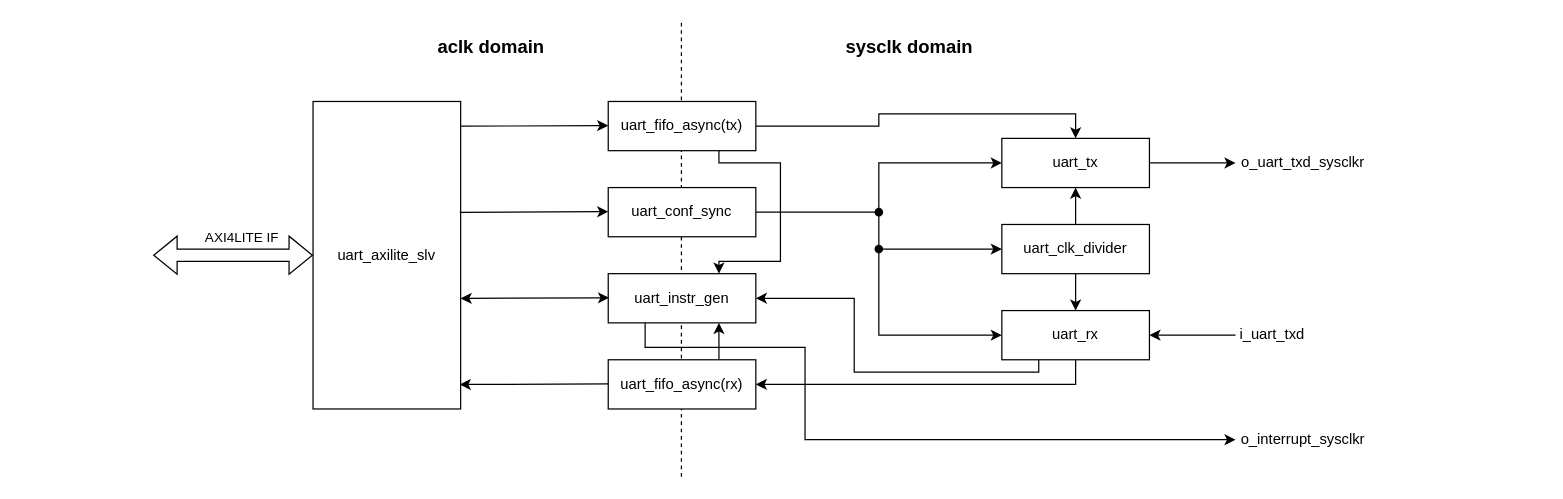
Before: peripheral/uart/doc/figure/brock.drawio in YKengo1224/rtl-ip-library, a draw.io diagram. Source tidied: cells renumbered, new cells numbered last; positions are measured from the earlier drawing's top-left corner, leaving out a move shared by most shapes. Both pictures are drawn from the tidied source at 123%, with x=0, y=0 at pixel (153, 21).
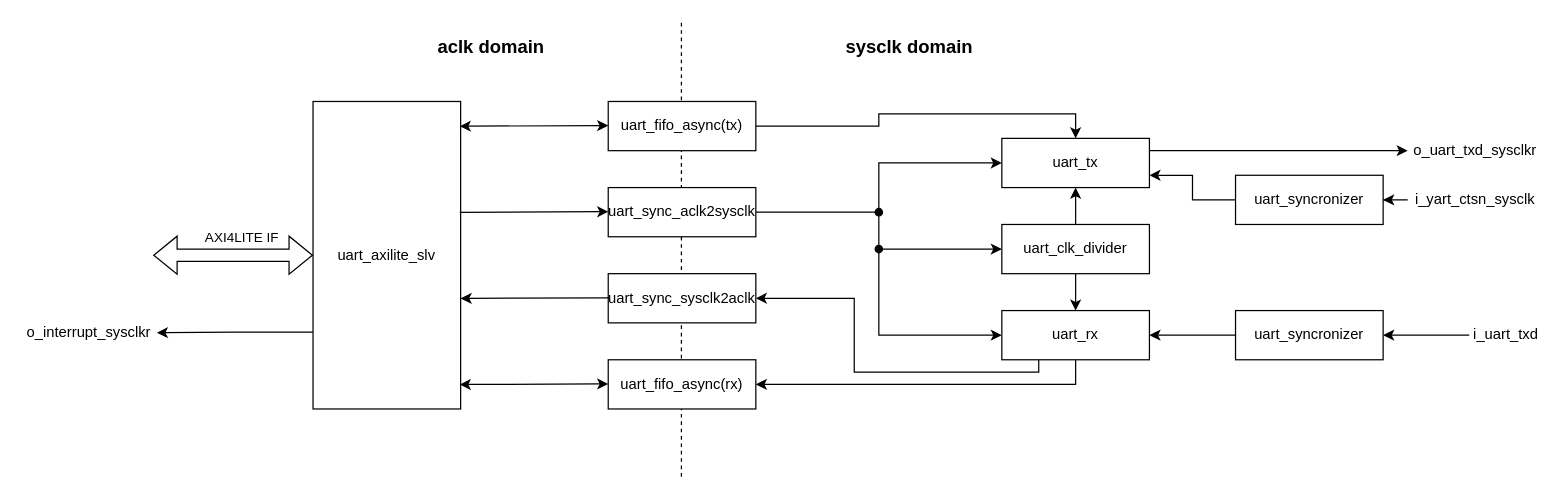
After the change.

Unchanged cells that the change refers to:
```xml
<mxCell id="4" value="uart_axilite_slv" style="rounded=0;whiteSpace=wrap;html=1;" parent="1" vertex="1">
  <mxGeometry x="130" y="65" width="120" height="250" as="geometry" />
</mxCell>
<mxCell id="11" value="uart_fifo_async(rx)" style="rounded=0;whiteSpace=wrap;html=1;" parent="1" vertex="1">
  <mxGeometry x="370" y="275" width="120" height="40" as="geometry" />
</mxCell>
<mxCell id="13" value="uart_fifo_async(tx)" style="rounded=0;whiteSpace=wrap;html=1;" parent="1" vertex="1">
  <mxGeometry x="370" y="65" width="120" height="40" as="geometry" />
</mxCell>
<mxCell id="18" value="uart_tx" style="rounded=0;whiteSpace=wrap;html=1;" parent="1" vertex="1">
  <mxGeometry x="690" y="95" width="120" height="40" as="geometry" />
</mxCell>
<mxCell id="21" value="uart_rx" style="rounded=0;whiteSpace=wrap;html=1;" parent="1" vertex="1">
  <mxGeometry x="690" y="235" width="120" height="40" as="geometry" />
</mxCell>
```

Change to the diagram source:
```diff
@@
-    <mxCell id="3" style="rounded=0;orthogonalLoop=1;jettySize=auto;html=1;exitX=0.994;exitY=0.082;exitDx=0;exitDy=0;entryX=0;entryY=0.5;entryDx=0;entryDy=0;exitPerimeter=0;" parent="1" edge="1">
+    <mxCell id="3" style="rounded=0;orthogonalLoop=1;jettySize=auto;html=1;exitX=0.994;exitY=0.082;exitDx=0;exitDy=0;entryX=0;entryY=0.5;entryDx=0;entryDy=0;exitPerimeter=0;startArrow=classic;startFill=1;" parent="1" edge="1">
       <mxGeometry relative="1" as="geometry">
         <mxPoint x="249.3" y="85.1" as="sourcePoint" />
         <mxPoint x="370" y="84.6" as="targetPoint" />
       </mxGeometry>
     </mxCell>
+    <mxCell id="35" style="edgeStyle=orthogonalEdgeStyle;rounded=0;jettySize=auto;html=1;exitX=0;exitY=0.75;exitDx=0;exitDy=0;" parent="1" edge="1" source="4" target="34">
+      <mxGeometry relative="1" as="geometry" />
+    </mxCell>
@@
-    <mxCell id="5" value="uart_instr_gen" style="rounded=0;whiteSpace=wrap;html=1;" parent="1" vertex="1">
+    <mxCell id="5" value="uart_sync_sysclk2aclk" style="rounded=0;whiteSpace=wrap;html=1;" parent="1" vertex="1">
       <mxGeometry x="370" y="205" width="120" height="40" as="geometry" />
     </mxCell>
@@
-    <mxCell id="7" value="uart_conf_sync" style="rounded=0;whiteSpace=wrap;html=1;" parent="1" vertex="1">
+    <mxCell id="7" value="uart_sync_aclk2sys&lt;span style=&quot;background-color: transparent; color: light-dark(rgb(0, 0, 0), rgb(255, 255, 255));&quot;&gt;clk&lt;/span&gt;" style="rounded=0;whiteSpace=wrap;html=1;" parent="1" vertex="1">
       <mxGeometry x="370" y="135" width="120" height="40" as="geometry" />
     </mxCell>
@@
-    <mxCell id="9" style="edgeStyle=orthogonalEdgeStyle;rounded=0;jettySize=auto;html=1;exitX=0.25;exitY=1;exitDx=0;exitDy=0;entryX=0;entryY=0.5;entryDx=0;entryDy=0;" parent="1" edge="1" source="5" target="34">
-      <mxGeometry relative="1" as="geometry">
-        <Array as="points">
-          <mxPoint x="400" y="265" />
-          <mxPoint x="530" y="265" />
-          <mxPoint x="530" y="340" />
-        </Array>
-      </mxGeometry>
-    </mxCell>
-    <mxCell id="10" style="edgeStyle=orthogonalEdgeStyle;rounded=0;jettySize=auto;html=1;exitX=0.75;exitY=0;exitDx=0;exitDy=0;entryX=0.75;entryY=1;entryDx=0;entryDy=0;" parent="1" edge="1" source="11" target="5">
-      <mxGeometry relative="1" as="geometry" />
-    </mxCell>
@@
-    <mxCell id="12" style="edgeStyle=orthogonalEdgeStyle;rounded=0;jettySize=auto;html=1;exitX=0.75;exitY=1;exitDx=0;exitDy=0;entryX=0.75;entryY=0;entryDx=0;entryDy=0;" parent="1" edge="1" source="13" target="5">
-      <mxGeometry relative="1" as="geometry">
-        <Array as="points">
-          <mxPoint x="460" y="115" />
-          <mxPoint x="510" y="115" />
-          <mxPoint x="510" y="195" />
-          <mxPoint x="460" y="195" />
-        </Array>
-      </mxGeometry>
-    </mxCell>
@@
-    <mxCell id="15" style="rounded=0;orthogonalLoop=1;jettySize=auto;html=1;exitX=0.994;exitY=0.082;exitDx=0;exitDy=0;entryX=0;entryY=0.5;entryDx=0;entryDy=0;exitPerimeter=0;startArrow=classic;startFill=1;endArrow=classic;endFill=1;" parent="1" edge="1">
+    <mxCell id="15" style="rounded=0;orthogonalLoop=1;jettySize=auto;html=1;exitX=0.994;exitY=0.082;exitDx=0;exitDy=0;entryX=0;entryY=0.5;entryDx=0;entryDy=0;exitPerimeter=0;startArrow=classic;startFill=1;endArrow=none;endFill=0;" parent="1" edge="1">
       <mxGeometry relative="1" as="geometry">
         <mxPoint x="250" y="225.1" as="sourcePoint" />
         <mxPoint x="370.7" y="224.6" as="targetPoint" />
       </mxGeometry>
     </mxCell>
-    <mxCell id="16" style="rounded=0;orthogonalLoop=1;jettySize=auto;html=1;exitX=0.994;exitY=0.082;exitDx=0;exitDy=0;entryX=0;entryY=0.5;entryDx=0;entryDy=0;exitPerimeter=0;startArrow=classic;startFill=1;endArrow=none;endFill=0;" parent="1" edge="1">
+    <mxCell id="16" style="rounded=0;orthogonalLoop=1;jettySize=auto;html=1;exitX=0.994;exitY=0.082;exitDx=0;exitDy=0;entryX=0;entryY=0.5;entryDx=0;entryDy=0;exitPerimeter=0;startArrow=classic;startFill=1;endArrow=classic;endFill=1;" parent="1" edge="1">
       <mxGeometry relative="1" as="geometry">
         <mxPoint x="249.3" y="295.1" as="sourcePoint" />
         <mxPoint x="370" y="294.6" as="targetPoint" />
       </mxGeometry>
     </mxCell>
-    <mxCell id="17" style="edgeStyle=orthogonalEdgeStyle;rounded=0;jettySize=auto;html=1;" parent="1" edge="1" source="18">
-      <mxGeometry relative="1" as="geometry">
-        <mxPoint x="880" y="115" as="targetPoint" />
-      </mxGeometry>
+    <mxCell id="17" style="edgeStyle=orthogonalEdgeStyle;rounded=0;jettySize=auto;html=1;exitX=1;exitY=0.25;exitDx=0;exitDy=0;entryX=0;entryY=0.5;entryDx=0;entryDy=0;" parent="1" edge="1" source="18" target="27">
+      <mxGeometry relative="1" as="geometry" />
     </mxCell>
+    <mxCell id="36" style="edgeStyle=orthogonalEdgeStyle;rounded=0;jettySize=auto;html=1;startArrow=classic;startFill=1;endArrow=none;endFill=0;exitX=1;exitY=0.5;exitDx=0;exitDy=0;" parent="1" edge="1" source="39" target="37">
+      <mxGeometry relative="1" as="geometry" />
+    </mxCell>
@@
     <mxCell id="27" value="o_uart_txd_sysclkr" style="text;html=1;whiteSpace=wrap;strokeColor=none;fillColor=none;align=center;verticalAlign=middle;rounded=0;" parent="1" vertex="1">
-      <mxGeometry x="880" y="100" width="110" height="30" as="geometry" />
+      <mxGeometry x="1020" y="90" width="110" height="30" as="geometry" />
     </mxCell>
-    <mxCell id="28" style="edgeStyle=orthogonalEdgeStyle;rounded=0;jettySize=auto;html=1;entryX=1;entryY=0.5;entryDx=0;entryDy=0;" parent="1" edge="1" source="29" target="21">
-      <mxGeometry relative="1" as="geometry" />
+    <mxCell id="28" style="edgeStyle=orthogonalEdgeStyle;rounded=0;jettySize=auto;html=1;entryX=1;entryY=0.5;entryDx=0;entryDy=0;" parent="1" edge="1" source="29">
+      <mxGeometry relative="1" as="geometry">
+        <mxPoint x="1000" y="255" as="targetPoint" />
+      </mxGeometry>
     </mxCell>
     <mxCell id="29" value="i_uart_txd" style="text;html=1;whiteSpace=wrap;strokeColor=none;fillColor=none;align=center;verticalAlign=middle;rounded=0;" parent="1" vertex="1">
-      <mxGeometry x="880" y="240" width="60" height="30" as="geometry" />
+      <mxGeometry x="1070" y="240" width="60" height="30" as="geometry" />
     </mxCell>
@@
     <mxCell id="34" value="o_interrupt_sysclkr" style="text;html=1;whiteSpace=wrap;strokeColor=none;fillColor=none;align=center;verticalAlign=middle;rounded=0;" parent="1" vertex="1">
-      <mxGeometry x="880" y="325" width="110" height="30" as="geometry" />
+      <mxGeometry x="-107" y="238" width="110" height="30" as="geometry" />
     </mxCell>
+    <mxCell id="37" value="i_yart_ctsn_sysclk" style="text;html=1;whiteSpace=wrap;strokeColor=none;fillColor=none;align=center;verticalAlign=middle;rounded=0;" parent="1" vertex="1">
+      <mxGeometry x="1020" y="130" width="110" height="30" as="geometry" />
+    </mxCell>
+    <mxCell id="38" style="edgeStyle=orthogonalEdgeStyle;rounded=0;jettySize=auto;html=1;entryX=1;entryY=0.75;entryDx=0;entryDy=0;" parent="1" edge="1" source="39" target="18">
+      <mxGeometry relative="1" as="geometry" />
+    </mxCell>
+    <mxCell id="39" value="uart_syncronizer" style="rounded=0;whiteSpace=wrap;html=1;" parent="1" vertex="1">
+      <mxGeometry x="880" y="125" width="120" height="40" as="geometry" />
+    </mxCell>
+    <mxCell id="40" style="edgeStyle=orthogonalEdgeStyle;rounded=0;jettySize=auto;html=1;entryX=1;entryY=0.5;entryDx=0;entryDy=0;" parent="1" edge="1" source="41" target="21">
+      <mxGeometry relative="1" as="geometry" />
+    </mxCell>
+    <mxCell id="41" value="uart_syncronizer" style="rounded=0;whiteSpace=wrap;html=1;" parent="1" vertex="1">
+      <mxGeometry x="880" y="235" width="120" height="40" as="geometry" />
+    </mxCell>
```
